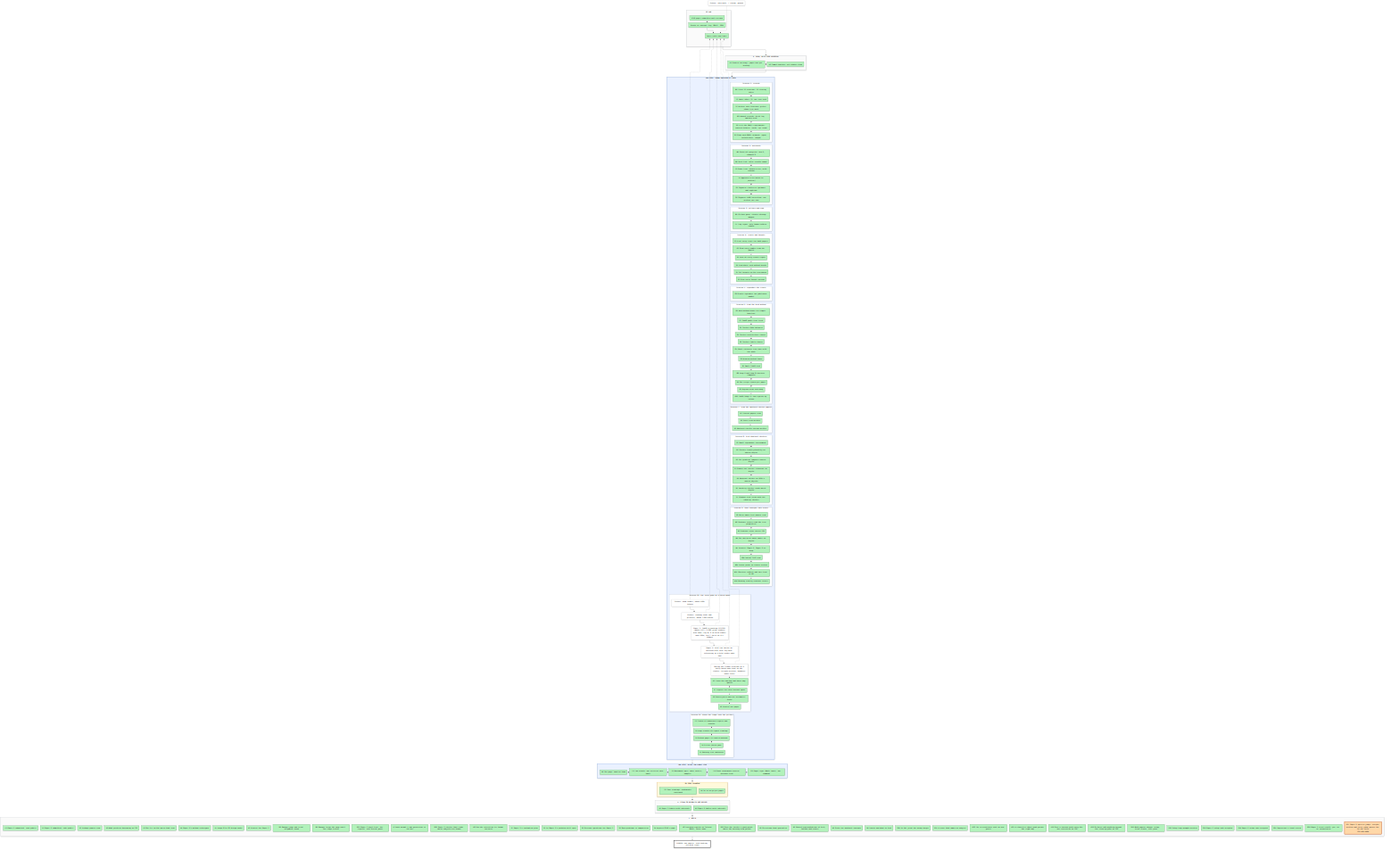
Before: artifacts/notes/progress/map.png, a diagram exported from Mermaid (mo-rsa24/concept-composition). Its source is kept beside it as artifacts/notes/progress/map.mmd. Source of this version:
```mermaid
%%{init: {'theme': 'base', 'themeVariables': {'fontFamily': 'monospace', 'primaryColor': '#ffffff', 'primaryBorderColor': '#222222', 'primaryTextColor': '#111111', 'lineColor': '#222222'}, 'flowchart': {'nodeSpacing': 18, 'rankSpacing': 28}}}%%
flowchart TB
  classDef done fill:#b2f2bb,stroke:#2b8a3e,color:#111111
  classDef doing fill:#ffd8a8,stroke:#e8590c,stroke-width:3px,color:#111111
  classDef todo fill:#e9ecef,stroke:#868e96,color:#111111
  classDef detour fill:#ffffff,stroke:#868e96,stroke-dasharray:5 5,color:#111111
  classDef goal fill:#ffffff,stroke:#222222,stroke-width:3px,color:#111111
  subgraph S0["SO FAR"]
    direction LR
    P0["ICLR paper submitted and reviewed"]:::done --> P1["Proofs of concept: toy, MNIST, SDXL"]:::done --> P2["Agree order and lanes"]:::done
  end
  subgraph SA["A. SAVE, WITH YOUR APPROVAL"]
    direction LR
    A1["A1 Protect writing/: paper has git history"]:::done --> A2["A2 Commit batches: git status clean"]:::done
  end
  subgraph LOOP["THE LOOP: THREE SESSIONS AT ONCE"]
    direction LR
    subgraph L1["Session 1: records"]
      direction TB
      B1["B1 Close 11 sessions: 11 closing notes"]:::done --> T1["T1 Index other 73: one line each"]:::done --> T2["T2 Archive safe sessions: picker shows live work"]:::done --> B2["B2 Absorb records: drift log matches disk"]:::done --> R1["R1 File the MNIST experiments: ordered folders, cards, eye count"]:::done --> R2["R2 Draw each MNIST network: input, architecture, output"]:::done
    end
    subgraph L2["Session 2: artifacts"]
      direction TB
      B3["B3 Drain all projects: new 0, changed 0"]:::done --> B4["B4 Void list: false results named"]:::done --> T3["T3 Prune list: unused files, with reasons"]:::done --> T4["T4 Approved files moved to _archive/"]:::done --> O1["O1 Organise classifier guidance and captions"]:::done --> O2["O2 Organise LoRA correction: one picture per run"]:::done
    end
    subgraph L3["Session 3: pillars and repo"]
      direction TB
      B5["B5 Pillars pass; cluster storage mapped"]:::done --> T5["T5 Tidy repos: only known folders remain"]:::done
    end
    subgraph L4["Session 4: rivals and targets"]
      direction TB
      K1["K1 List every rival for both papers"]:::done --> K2["K2 Read every number from the papers"]:::done --> K3["K3 Look at every result figure"]:::done --> K4["K4 Find where each method breaks"]:::done --> K5["K5 Set targets on the scoreboard"]:::done --> K6["K6 Keep every target current"]:::done
    end
    subgraph L5["Session 5: reproduce the rivals"]
      direction TB
      D2["D2 Rivals reproduce one published number"]:::done
    end
    subgraph L6["Session 6: find the best method"]
      direction TB
      M1["M1 Each method beats its simple baseline"]:::done --> M7["M7 CLEVR paste test first"]:::done --> M5["M5 Checker data balanced"]:::done --> D3["D3 Checker architecture chosen"]:::done --> M2["M2 Checker labels chosen"]:::done --> D5["D5 Short inclusive fine-tune with the push"]:::done --> M3["M3 Winning method tuned"]:::done --> M6["M6 Small CLEVR test"]:::done --> M8["M8 Loop 6 and Loop 8 checkers compared"]:::done --> M4["M4 One recipe frozen per paper"]:::done --> M9["M9 Regions bind each body"]:::done --> M10["M10 CLEVR Stage 2: two experts by colour"]:::done
    end
    subgraph L7["Session 7: read the abstract-checker papers"]
      direction TB
      U1["U1 Closest papers read"]:::done --> U2["U2 Score view written"]:::done --> U3["U3 Abstract-checker design written"]:::done
    end
    subgraph L8["Session 8: test abstract checkers"]
      direction TB
      V1["V1 Small repeatable environment"]:::done --> V2["V2 Checker learns plurality on unseen digits"]:::done --> V3["V3 Its gradient composes unseen digits"]:::done --> V5["V5 Remove-one-checker rehearsal on digits"]:::done --> V4["V4 Abstract checker on SDXL's unseen objects"]:::done --> V6["V6 Identity checker reads which digits"]:::done --> V7["V7 Removal test rerun with the identity checker"]:::done
    end
    subgraph L9["Session 9: turn concepts into scores"]
      direction TB
      W1["W1 Noise-aware text papers read"]:::done --> W2["W2 Sentence scores read the five properties"]:::done --> W3["W3 Sentence score steers CO3"]:::done --> W4["W4 Our own noise-aware model on digits"]:::done --> W5["W5 Verdict: Paper 2, Paper 3 or drop"]:::done --> W1b["W1b Latent CLIP read"]:::done --> W2b["W2b Linear probe on frozen vectors"]:::done --> W2c["W2c Positive control and fair test of W2"]:::done --> W2d["W2d Binding read by sentence scores"]:::done
    end
    subgraph L10["Session 10: the score path as a third space"]
      direction TB
      X1["X1 Score-path papers read"]:::done --> X2["X2 Running loops described side by side"]:::done --> X3["X3 Ideas and their wrong assumptions"]:::done --> X4["X4 Small experiment designed, owner checked"]:::done --> X5["X5 Does the score path carry signal"]:::done --> X6["X6 Train the two-way and three-way spaces"]:::done --> X7["X7 Figures for each trained space"]:::done --> X8["X8 Unseen pairs and the arithmetic tests"]:::done --> X9["X9 Verdict per paper"]:::done
    end
    subgraph L11["Session 11: drain the loops into the pillars"]
      direction TB
      Y1["Y1 Census of undrained figures and results"]:::done --> Y2["Y2 Loop results on report findings"]:::done --> Y3["Y3 Method pages in context/methods"]:::done --> Y4["Y4 Pillar checks pass"]:::done --> Y5["Y5 Nothing left undrained"]:::done
    end
  end
  subgraph JOIN["THE LOOP, AFTER THE LANES JOIN"]
    direction LR
    B6["B6 One page: what we know"]:::done --> C1["C1 Two scouts: one verified idea table"]:::done --> C3["C3 Benchmark spec: data, metric, samples"]:::done --> C4["C4 Draft statements survive pressure test"]:::done --> D1["D1 Paper repo: MNIST table, one command"]:::done
  end
  subgraph CAL["ON YOUR CALENDAR"]
    direction LR
    C2["C2 Your readings: statements confirmed"]:::done ~~~ D4["D4 Go or no-go per paper"]:::done
  end
  subgraph SE["E. SCALE ON BIGBATCH AND BIGGPU"]
    direction LR
    E1["E1 Paper 1 tables with intervals"]:::done ~~~ E2["E2 Paper 2 tables with intervals"]:::done
  end
  subgraph SF["F. WRITE"]
    direction LR
    F1["F1 Paper 1 submitted, code public"]:::done ~~~ F2["F2 Paper 2 submitted, code public"]:::done ~~~ Z1["Z1 Leakage papers read"]:::done ~~~ Z2["Z2 What predicts borrowing on CO3"]:::done ~~~ Z3["Z3 One fix on the pairs that leak"]:::done ~~~ Z4["Z4 Paper 2's method redesigned"]:::done ~~~ Z5["Z5 Loops 8 to 10 design audit"]:::done ~~~ Z6["Z6 Verdict for Paper 2"]:::done ~~~ N1["N1 Manager page and first alignment round"]:::done ~~~ N2["N2 Manager keeps the page until the loops finish"]:::done ~~~ M11["M11 Paper 1 digit test: the experts' vote beside paste"]:::done ~~~ Z7["Z7 Each animal's own prediction in its box"]:::done ~~~ M12["M12 Paper 2 checker that reads which subjects are drawn"]:::done ~~~ Z8["Z8 Can the correction fix known failures"]:::done ~~~ K7["K7 Paper 1's evaluation plan"]:::done ~~~ G1["G1 Is Paper 2's problem still open"]:::done ~~~ G2["G2 Reviewer questions for Paper 1"]:::done ~~~ G3["G3 Open problems in composition"]:::done ~~~ G4["G4 Exploit DCFM's gaps"]:::done ~~~ Z9["Z9 Finished experts on Colored MNIST, three arms"]:::done ~~~ M13["M13 Does the checker's push point where the missing term points"]:::done ~~~ H1["H1 Directions that generalise"]:::done ~~~ H2["H2 Shared representations of text, latents and scores"]:::done ~~~ H3["H3 Dials for abstract concepts"]:::done ~~~ H4["H4 Limits and what to test"]:::done ~~~ M14["M14 Is the joint the wrong target"]:::done ~~~ M15["M15 A score that names no subject"]:::done ~~~ Z10["Z10 The co-occurrence dial on new pairs"]:::done ~~~ Z11["Z11 A classifier whose push points the right way"]:::done ~~~ Z12["Z12 Does a trained push carry the box correction on CO3"]:::done ~~~ Z13["Z13 Do boxes add anything beyond the clean-up pass on CO3"]:::done ~~~ RS1["RS1 Both papers staged: setup, first result, full plan"]:::done ~~~ RS2["RS2 Setup loop prompts written"]:::done ~~~ RS3["RS3 Paper 1 setup code accepted"]:::done ~~~ RS4["RS4 Paper 2 setup code accepted"]:::done ~~~ RS5["RS5 Supervisor's final review"]:::done ~~~ RS6["RS6 Paper 1 first result: yes, no or inconclusive"]:::done ~~~ RS7["RS7 Paper 2 species judge: scripts written and every judge passes the 64-cat check<br/>YOU ARE HERE"]:::doing
  end
  GOAL["FINISH: two papers, each beating its best rival"]:::goal
  X0["Detour: idea walk, 7 claims, paused"]:::detour -.-> P2
  X1["Detour: zoom-ladder, about 430k tokens"]:::detour -.-> P2
  X2["Detour: reading route and pictures, about 1.8M tokens"]:::detour -.-> P2
  X3["Paper 1: CLEVR A touching 376/626 (paste 517); 3,000 joint renders near done; toy B, D on held render-node GPUs; toy C fails at A's budget"]:::detour -.-> P2
  X4["Paper 2: dial run checks on mscluster110; mini toy base retraining on a held render-node GPU"]:::detour -.-> P2
  X5["Moving the Claude sessions to a daily batch-node host on the cluster (scripts written, handover under test)"]:::detour -.-> P2
  L1 ~~~ L2 ~~~ L3 ~~~ L4 ~~~ L5 ~~~ L6 ~~~ L7 ~~~ L8 ~~~ L9 ~~~ L10 ~~~ L11
  S0 --> SA --> LOOP --> JOIN --> CAL --> SE --> SF --> GOAL
  style S0 fill:#fafafa,stroke:#adb5bd
  style SA fill:#fafafa,stroke:#adb5bd
  style LOOP fill:#eaf1ff,stroke:#a8c7fa,stroke-width:3px
  style L1 fill:#ffffff,stroke:#a8c7fa
  style L2 fill:#ffffff,stroke:#a8c7fa
  style L3 fill:#ffffff,stroke:#a8c7fa
  style L4 fill:#ffffff,stroke:#a8c7fa
  style L5 fill:#ffffff,stroke:#a8c7fa
  style L6 fill:#ffffff,stroke:#a8c7fa
  style L7 fill:#ffffff,stroke:#a8c7fa
  style L8 fill:#ffffff,stroke:#a8c7fa
  style L9 fill:#ffffff,stroke:#a8c7fa
  style L10 fill:#ffffff,stroke:#a8c7fa
  style L11 fill:#ffffff,stroke:#a8c7fa
  style JOIN fill:#eaf1ff,stroke:#a8c7fa,stroke-width:3px
  style CAL fill:#fff9db,stroke:#f08c00
  style SE fill:#fafafa,stroke:#adb5bd
  style SF fill:#fafafa,stroke:#adb5bd
```
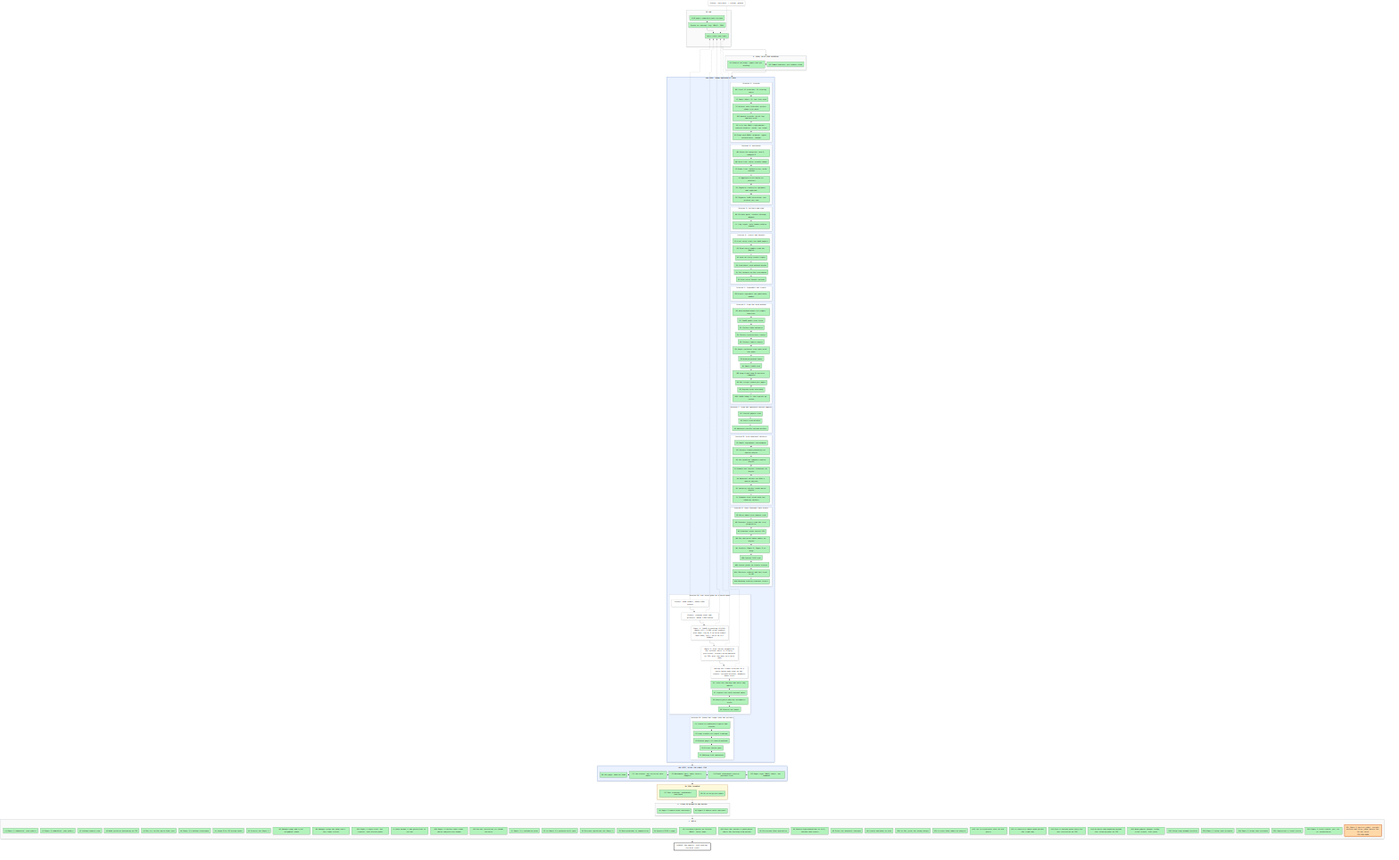
Above is the later version.

Commit message:
Progress map: Paper 2 rollout check

What changed in the source:
```diff
@@ -81,7 +81,7 @@
   X1["Detour: zoom-ladder, about 430k tokens"]:::detour -.-> P2
   X2["Detour: reading route and pictures, about 1.8M tokens"]:::detour -.-> P2
   X3["Paper 1: CLEVR A touching 376/626 (paste 517); 3,000 joint renders near done; toy B, D on held render-node GPUs; toy C fails at A's budget"]:::detour -.-> P2
-  X4["Paper 2: dial run checks on mscluster110; mini toy base retraining on a held render-node GPU"]:::detour -.-> P2
+  X4["Paper 2: dial checks stopped at the rollout check (1.73 grey, precision); trainer being matched to CO3; mini toy base on a held node"]:::detour -.-> P2
   X5["Moving the Claude sessions to a daily batch-node host on the cluster (scripts written, handover under test)"]:::detour -.-> P2
   L1 ~~~ L2 ~~~ L3 ~~~ L4 ~~~ L5 ~~~ L6 ~~~ L7 ~~~ L8 ~~~ L9 ~~~ L10 ~~~ L11
   S0 --> SA --> LOOP --> JOIN --> CAL --> SE --> SF --> GOAL
```
